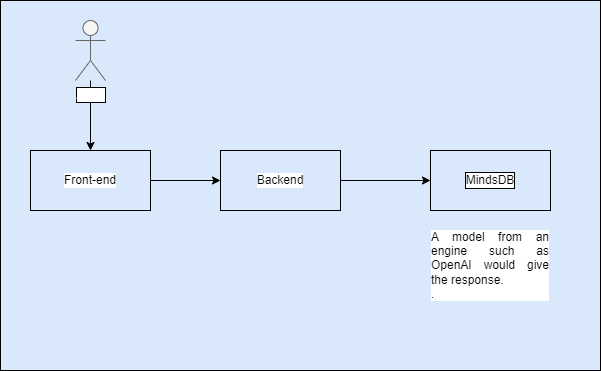
SebastianJames55/mind-reader keeps this draw.io diagram as high_level_diagram.drawio.png. Above is the earlier version. Source tidied: cells renumbered, new cells last; positions are measured from the earlier drawing's top-left corner, leaving out a move shared by most shapes.
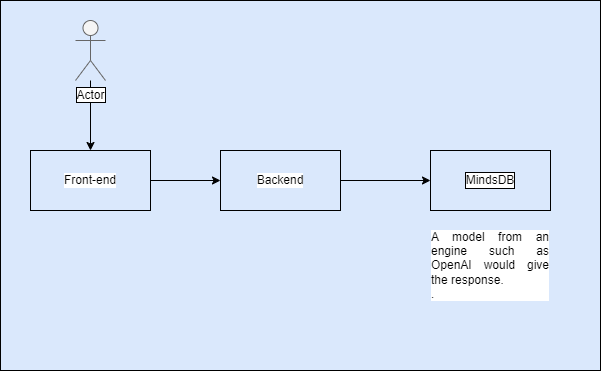
The same diagram one commit later.

Change to the diagram source:
```diff
@@ -14,7 +14,7 @@
     <mxCell id="5" style="edgeStyle=orthogonalEdgeStyle;rounded=0;jettySize=auto;html=1;fontColor=#E6D0DE;fillColor=none;" parent="1" edge="1" source="6" target="4">
       <mxGeometry relative="1" as="geometry" />
     </mxCell>
-    <mxCell id="6" value="Actor" style="shape=umlActor;verticalLabelPosition=bottom;verticalAlign=top;html=1;outlineConnect=0;fillStyle=solid;fillColor=#f5f5f5;fontColor=#FFFFFF;strokeColor=#666666;labelBackgroundColor=default;labelBorderColor=default;" parent="1" vertex="1">
+    <mxCell id="6" value="&lt;font style=&quot;background-color: rgb(255, 255, 255);&quot; color=&quot;#000000&quot;&gt;Actor&lt;/font&gt;" style="shape=umlActor;verticalLabelPosition=bottom;verticalAlign=top;html=1;outlineConnect=0;fillStyle=solid;fillColor=#f5f5f5;fontColor=#FFFFFF;strokeColor=#666666;labelBackgroundColor=default;labelBorderColor=default;" parent="1" vertex="1">
       <mxGeometry x="75" y="20" width="30" height="60" as="geometry" />
     </mxCell>
     <mxCell id="7" style="edgeStyle=orthogonalEdgeStyle;rounded=0;jettySize=auto;html=1;fontColor=#E6D0DE;fillColor=none;" parent="1" edge="1" source="8" target="9">
```
